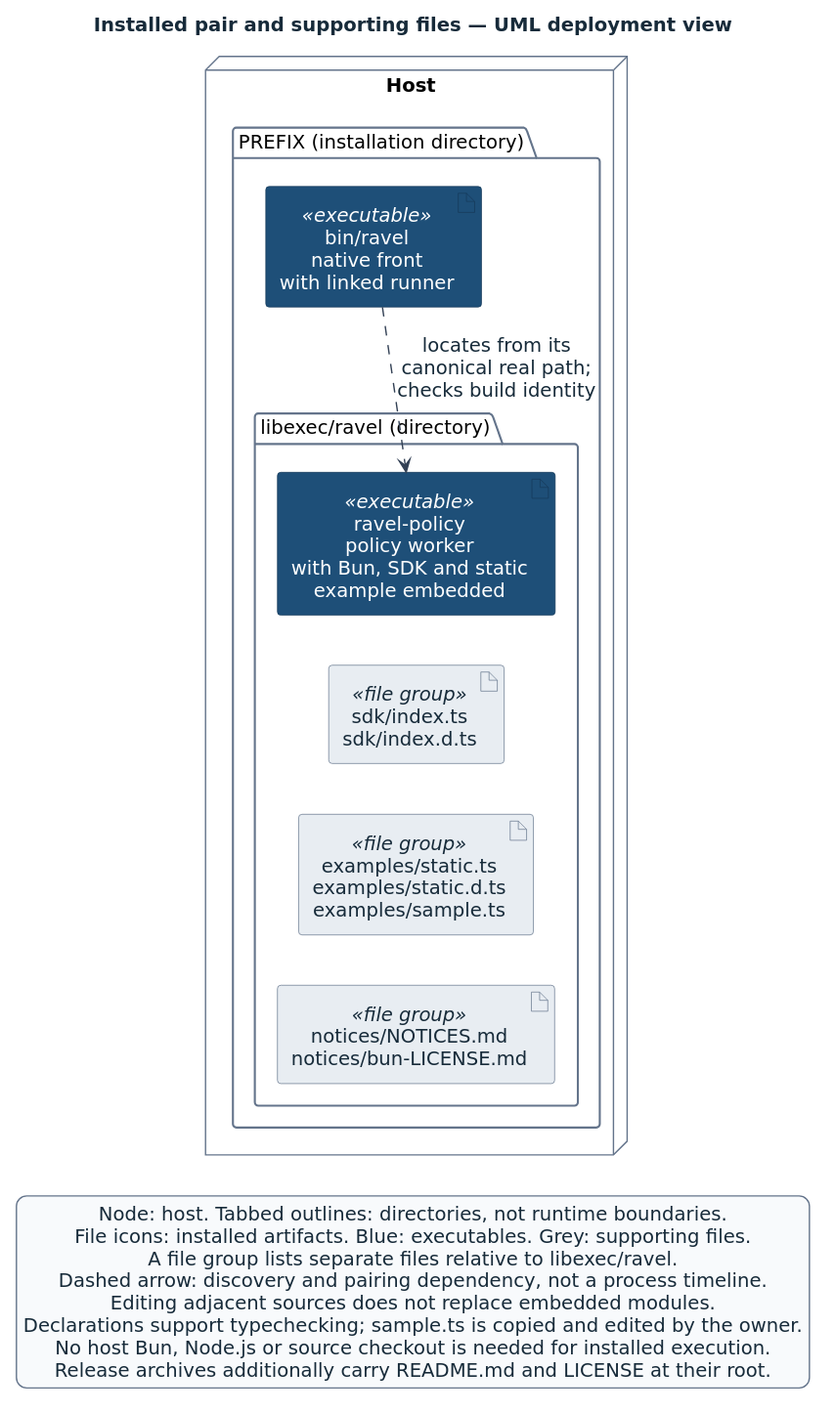
The PlantUML diagram docs/book/src/figures/installed-files.svg in Linkuistics/Ravel, before a commit. Its source is kept beside it as docs/book/src/figures/installed-files.puml.
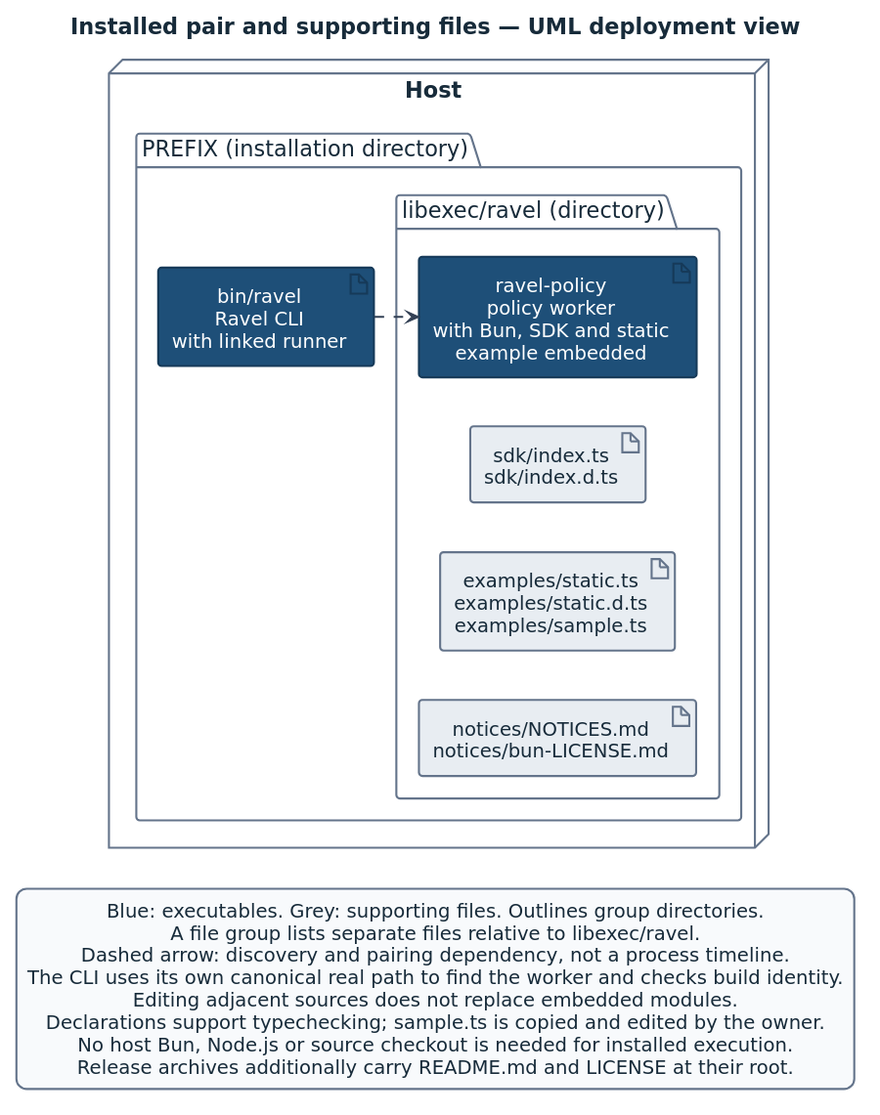
The same diagram one commit later.

What changed in the source:
```diff
@@ -2,23 +2,9 @@
 !pragma layout smetana
 !include _uml-style.puml
 title Installed pair and supporting files — UML deployment view
-skinparam componentStyle uml2
-skinparam artifact {
-  BackgroundColor #E8EDF2
-  BorderColor #64748B
-  FontColor #172B3A
-  BackgroundColor<<executable>> #1E4F78
-  BorderColor<<executable>> #163A59
-  FontColor<<executable>> #FFFFFF
-}
-skinparam nodeBackgroundColor #F8FAFC
-skinparam nodeBorderColor #64748B
-skinparam packageBackgroundColor #FFFFFF
-skinparam packageBorderColor #64748B
-
 node "Host" as host {
   package "PREFIX (installation directory)" as prefix {
-    artifact "bin/ravel\nnative front\nwith linked runner" as front <<executable>>
+    artifact "bin/ravel\nRavel CLI\nwith linked runner" as front <<executable>>
     package "libexec/ravel (directory)" as libexec {
       artifact "ravel-policy\npolicy worker\nwith Bun, SDK and static example embedded" as worker <<executable>>
       artifact "sdk/index.ts\nsdk/index.d.ts" as sdk <<file group>>
@@ -27,16 +13,16 @@
     }
   }
 }
-front ..> worker : locates from its\ncanonical real path;\nchecks build identity
+front .right.> worker
 worker -[hidden]down-> sdk
 sdk -[hidden]down-> examples
 examples -[hidden]down-> notices
 
 legend bottom
-  Node: host. Tabbed outlines: directories, not runtime boundaries.
-  File icons: installed artifacts. Blue: executables. Grey: supporting files.
+  Blue: executables. Grey: supporting files. Outlines group directories.
   A file group lists separate files relative to libexec/ravel.
   Dashed arrow: discovery and pairing dependency, not a process timeline.
+  The CLI uses its own canonical real path to find the worker and checks build identity.
   Editing adjacent sources does not replace embedded modules.
   Declarations support typechecking; sample.ts is copied and edited by the owner.
   No host Bun, Node.js or source checkout is needed for installed execution.
```
